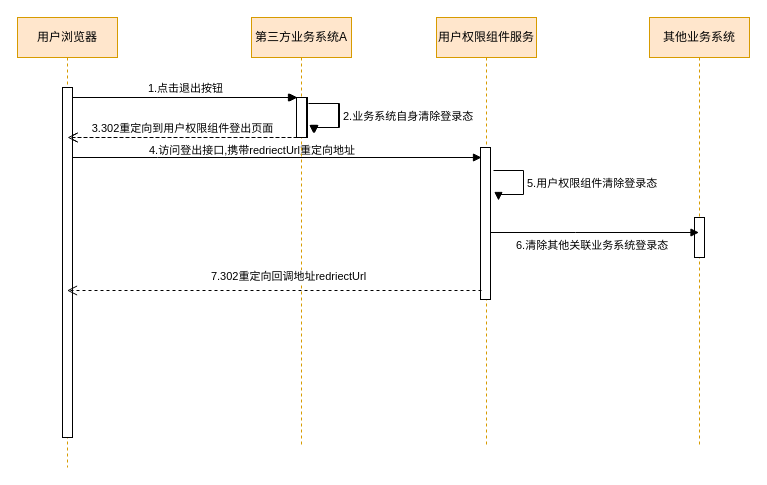
This is 用户权限组件登出.drawio from lsdu0/drawio, a draw.io file, before an edit. Source tidied: cells renumbered, new cells numbered last; positions are measured from the earlier drawing's top-left corner, leaving out a move shared by most shapes. Both pictures are drawn from the tidied source at 100%, with x=0, y=0 at pixel (17, 17).
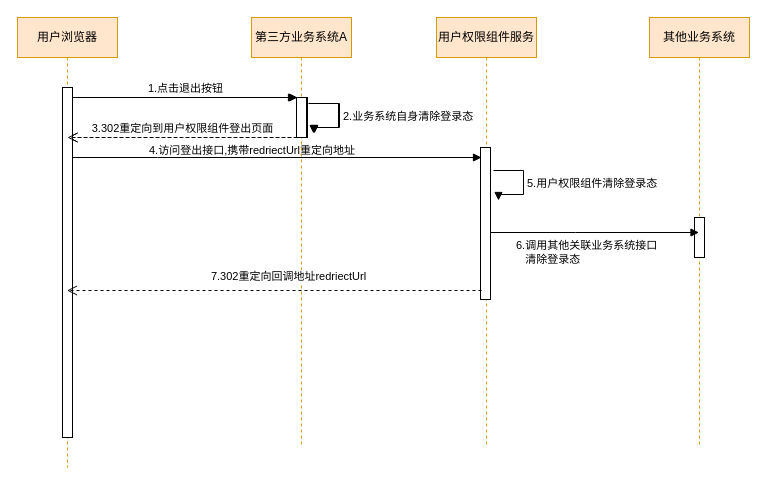
After the change.

Commit message:
Update 用户权限组件登出.drawio

What changed in the source:
```diff
@@
-    <mxCell id="24" value="&lt;span style=&quot;color: rgb(0, 0, 0); font-family: Helvetica; font-size: 11px; font-style: normal; font-variant-ligatures: normal; font-variant-caps: normal; font-weight: 400; letter-spacing: normal; orphans: 2; text-align: left; text-indent: 0px; text-transform: none; white-space: nowrap; widows: 2; word-spacing: 0px; -webkit-text-stroke-width: 0px; background-color: rgb(255, 255, 255); text-decoration-style: initial; text-decoration-color: initial; display: inline !important; float: none;&quot;&gt;6.清除其他关联业务系统登录态&lt;/span&gt;" style="text;whiteSpace=wrap;html=1;" parent="1" vertex="1">
+    <mxCell id="24" value="&lt;span style=&quot;color: rgb(0, 0, 0); font-family: Helvetica; font-size: 11px; font-style: normal; font-variant-ligatures: normal; font-variant-caps: normal; font-weight: 400; letter-spacing: normal; orphans: 2; text-align: left; text-indent: 0px; text-transform: none; white-space: nowrap; widows: 2; word-spacing: 0px; -webkit-text-stroke-width: 0px; background-color: rgb(255, 255, 255); text-decoration-style: initial; text-decoration-color: initial; display: inline !important; float: none;&quot;&gt;6.调用其他关联业务系统接口&lt;/span&gt;&lt;div&gt;&lt;span style=&quot;color: rgb(0, 0, 0); font-family: Helvetica; font-size: 11px; font-style: normal; font-variant-ligatures: normal; font-variant-caps: normal; font-weight: 400; letter-spacing: normal; orphans: 2; text-align: left; text-indent: 0px; text-transform: none; white-space: nowrap; widows: 2; word-spacing: 0px; -webkit-text-stroke-width: 0px; background-color: rgb(255, 255, 255); text-decoration-style: initial; text-decoration-color: initial; display: inline !important; float: none;&quot;&gt;&amp;nbsp; &amp;nbsp;清除登录态&lt;/span&gt;&lt;/div&gt;" style="text;whiteSpace=wrap;html=1;" parent="1" vertex="1">
       <mxGeometry x="497" y="214" width="170" height="36" as="geometry" />
     </mxCell>
```
